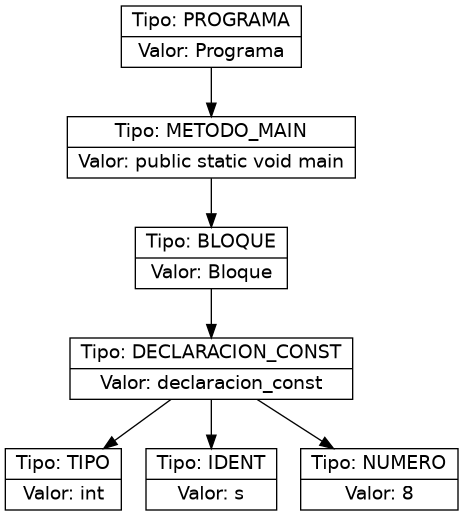
Earlier version of the Graphviz export ast.png (Farot30/OLC2_2s2025_P2_202307820). Its source is kept beside it as ast.dot. Source of this version:
```dot
digraph AST {
  node [shape=record,fontname="Helvetica"];
  n0x575972c00ff0 [label="{Tipo: PROGRAMA|Valor: Programa}"];
  n0x575972c00ff0 -> n0x575972f06480;
  n0x575972f06480 [label="{Tipo: METODO_MAIN|Valor: public static void main}"];
  n0x575972f06480 -> n0x575972b42570;
  n0x575972b42570 [label="{Tipo: BLOQUE|Valor: Bloque}"];
  n0x575972b42570 -> n0x575972f14620;
  n0x575972f14620 [label="{Tipo: DECLARACION_CONST|Valor: declaracion_const}"];
  n0x575972f14620 -> n0x575972df07e0;
  n0x575972df07e0 [label="{Tipo: TIPO|Valor: int}"];
  n0x575972f14620 -> n0x575972deb6a0;
  n0x575972deb6a0 [label="{Tipo: IDENT|Valor: s}"];
  n0x575972f14620 -> n0x575972f121f0;
  n0x575972f121f0 [label="{Tipo: NUMERO|Valor: 8}"];
}
```
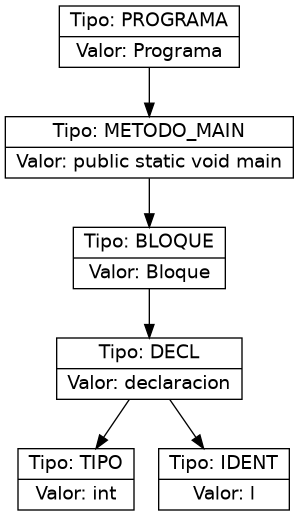
After the commit.

The edit, as a diff of the source:
```diff
@@ -1,16 +1,14 @@
 digraph AST {
   node [shape=record,fontname="Helvetica"];
-  n0x575972c00ff0 [label="{Tipo: PROGRAMA|Valor: Programa}"];
-  n0x575972c00ff0 -> n0x575972f06480;
-  n0x575972f06480 [label="{Tipo: METODO_MAIN|Valor: public static void main}"];
-  n0x575972f06480 -> n0x575972b42570;
-  n0x575972b42570 [label="{Tipo: BLOQUE|Valor: Bloque}"];
-  n0x575972b42570 -> n0x575972f14620;
-  n0x575972f14620 [label="{Tipo: DECLARACION_CONST|Valor: declaracion_const}"];
-  n0x575972f14620 -> n0x575972df07e0;
-  n0x575972df07e0 [label="{Tipo: TIPO|Valor: int}"];
-  n0x575972f14620 -> n0x575972deb6a0;
-  n0x575972deb6a0 [label="{Tipo: IDENT|Valor: s}"];
-  n0x575972f14620 -> n0x575972f121f0;
-  n0x575972f121f0 [label="{Tipo: NUMERO|Valor: 8}"];
+  n0x61815e106bd0 [label="{Tipo: PROGRAMA|Valor: Programa}"];
+  n0x61815e106bd0 -> n0x61815e12f7c0;
+  n0x61815e12f7c0 [label="{Tipo: METODO_MAIN|Valor: public static void main}"];
+  n0x61815e12f7c0 -> n0x61815dd872a0;
+  n0x61815dd872a0 [label="{Tipo: BLOQUE|Valor: Bloque}"];
+  n0x61815dd872a0 -> n0x61815dfed6b0;
+  n0x61815dfed6b0 [label="{Tipo: DECL|Valor: declaracion}"];
+  n0x61815dfed6b0 -> n0x61815dfeb190;
+  n0x61815dfeb190 [label="{Tipo: TIPO|Valor: int}"];
+  n0x61815dfed6b0 -> n0x61815dfebef0;
+  n0x61815dfebef0 [label="{Tipo: IDENT|Valor: l}"];
 }
```
